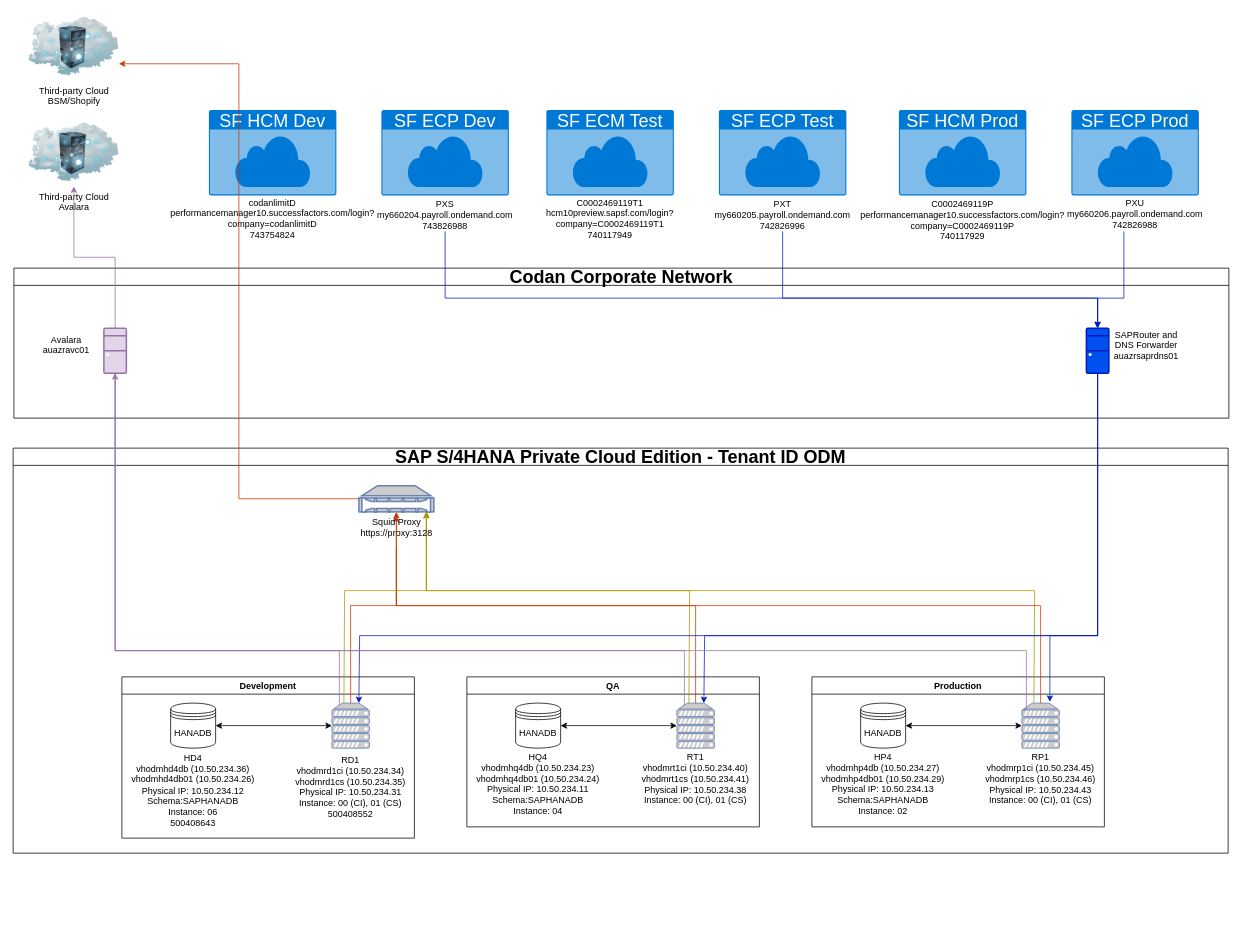
Earlier version of the draw.io diagram page "Page-2" (2 of 2) of Network Landscape.drawio (acookoz/themanmountain.github.io). Source tidied: cells renumbered, new cells numbered last; positions are measured from the earlier drawing's top-left corner, leaving out a move shared by most shapes. Both pictures are drawn from the tidied source at 75%, with x=0, y=0 at pixel (13, 13).
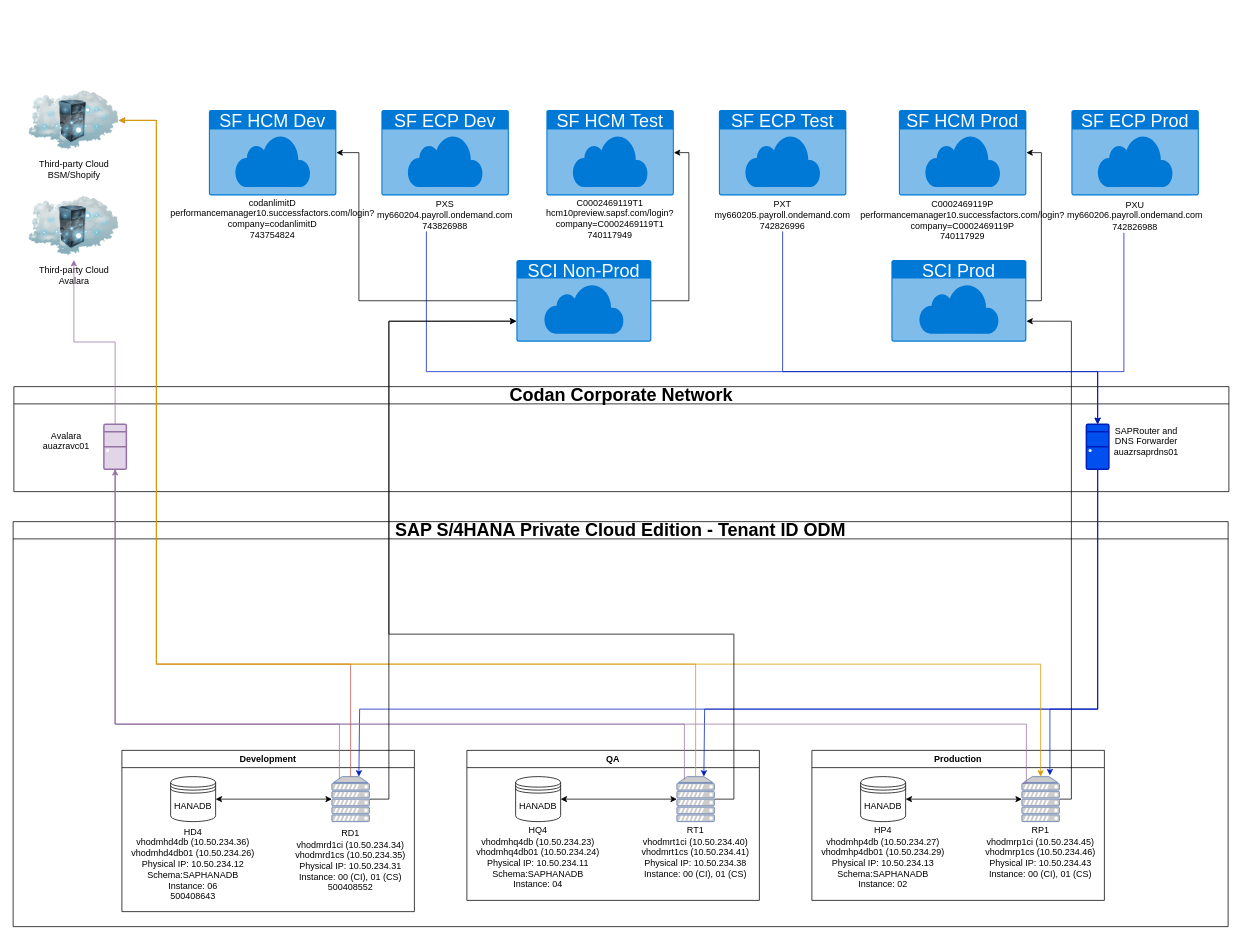
After the change.

The change refers to these unchanged cells:
```xml
<mxCell id="10" style="group;" parent="2" vertex="1">
  <mxGeometry x="345" y="340" width="210" height="125" as="geometry" />
</mxCell>
<mxCell id="11" style="fontColor=#0066CC;verticalAlign=top;verticalLabelPosition=bottom;labelPosition=center;align=center;html=1;outlineConnect=0;fillColor=#CCCCCC;strokeColor=#6881B3;gradientColor=none;gradientDirection=north;strokeWidth=2;shape=mxgraph.networks.server;" parent="10" vertex="1">
  <mxGeometry x="80" width="50" height="60" as="geometry" />
</mxCell>
<mxCell id="14" style="group;" parent="2" vertex="1">
  <mxGeometry x="595" y="305" width="420" height="200" as="geometry" />
</mxCell>
<mxCell id="21" style="fontColor=#0066CC;verticalAlign=top;verticalLabelPosition=bottom;labelPosition=center;align=center;html=1;outlineConnect=0;fillColor=#CCCCCC;strokeColor=#6881B3;gradientColor=none;gradientDirection=north;strokeWidth=2;shape=mxgraph.networks.server;" parent="14" vertex="1">
  <mxGeometry x="290" y="35" width="50" height="60" as="geometry" />
</mxCell>
<mxCell id="29" style="fontColor=#0066CC;verticalAlign=top;verticalLabelPosition=bottom;labelPosition=center;align=center;html=1;outlineConnect=0;fillColor=#CCCCCC;strokeColor=#6881B3;gradientColor=none;gradientDirection=north;strokeWidth=2;shape=mxgraph.networks.server;" parent="23" vertex="1">
  <mxGeometry x="290" y="35" width="50" height="60" as="geometry" />
</mxCell>
<mxCell id="49" value="&lt;font style=&quot;font-size: 24px;&quot;&gt;SF HCM Dev&lt;/font&gt;&lt;div&gt;&lt;font style=&quot;font-size: 24px;&quot;&gt;&lt;br&gt;&lt;/font&gt;&lt;/div&gt;" style="html=1;whiteSpace=wrap;strokeColor=none;fillColor=#0079D6;labelPosition=center;verticalLabelPosition=middle;verticalAlign=top;align=center;fontSize=12;outlineConnect=0;spacingTop=-6;fontColor=#FFFFFF;sketch=0;shape=mxgraph.sitemap.cloud;" parent="1" vertex="1">
  <mxGeometry x="261" y="129" width="170" height="114" as="geometry" />
</mxCell>
<mxCell id="53" value="&lt;font style=&quot;font-size: 24px;&quot;&gt;SF HCM Prod&lt;/font&gt;&lt;div&gt;&lt;font style=&quot;font-size: 24px;&quot;&gt;&lt;br&gt;&lt;/font&gt;&lt;/div&gt;" style="html=1;whiteSpace=wrap;strokeColor=none;fillColor=#0079D6;labelPosition=center;verticalLabelPosition=middle;verticalAlign=top;align=center;fontSize=12;outlineConnect=0;spacingTop=-6;fontColor=#FFFFFF;sketch=0;shape=mxgraph.sitemap.cloud;" parent="1" vertex="1">
  <mxGeometry x="1181" y="129" width="170" height="114" as="geometry" />
</mxCell>
<mxCell id="57" value="PXS&lt;br&gt;&lt;div&gt;my660204.payroll.ondemand.com&lt;/div&gt;&lt;div&gt;743826988&lt;/div&gt;&lt;div&gt;&lt;br&gt;&lt;/div&gt;" style="text;html=1;align=center;verticalAlign=middle;whiteSpace=wrap;rounded=0;" parent="1" vertex="1">
  <mxGeometry x="546" y="261" width="60" height="30" as="geometry" />
</mxCell>
<mxCell id="59" value="&lt;font&gt;PXT&lt;br&gt;&lt;/font&gt;&lt;div&gt;&lt;font&gt;my660205.payroll.ondemand.com&lt;/font&gt;&lt;/div&gt;&lt;div&gt;&lt;div style=&quot;&quot;&gt;&lt;span style=&quot;background-color: initial; text-wrap-mode: nowrap;&quot;&gt;&lt;font face=&quot;72, 72full, Arial, Helvetica, sans-serif&quot;&gt;742826996&lt;/font&gt;&lt;/span&gt;&lt;/div&gt;&lt;br&gt;&lt;/div&gt;" style="text;html=1;align=center;verticalAlign=middle;whiteSpace=wrap;rounded=0;" parent="1" vertex="1">
  <mxGeometry x="996" y="261" width="60" height="30" as="geometry" />
</mxCell>
```

What changed in the source:
```diff
@@
     <mxCell id="2" value="&lt;font style=&quot;font-size: 24px;&quot;&gt;SAP S/4HANA Private Cloud Edition - Tenant ID ODM&lt;/font&gt;" style="swimlane;whiteSpace=wrap;html=1;" parent="1" vertex="1">
-      <mxGeometry y="580" width="1620" height="540" as="geometry" />
+      <mxGeometry y="678" width="1620" height="540" as="geometry" />
     </mxCell>
@@
-    <mxCell id="13" style="edgeStyle=orthogonalEdgeStyle;rounded=0;jettySize=auto;html=1;fillColor=#fa6800;strokeColor=#C73500;endArrow=none;endFill=0;" parent="10" edge="1" source="11">
-      <mxGeometry relative="1" as="geometry">
-        <mxPoint x="166" y="-210" as="targetPoint" />
-        <Array as="points">
-          <mxPoint x="105" y="-130" />
-          <mxPoint x="166" y="-130" />
-          <mxPoint x="166" y="-210" />
-        </Array>
-      </mxGeometry>
-    </mxCell>
@@
-    <mxCell id="20" style="edgeStyle=orthogonalEdgeStyle;rounded=0;jettySize=auto;html=1;fillColor=#fa6800;strokeColor=#C73500;" parent="14" edge="1" source="21">
-      <mxGeometry relative="1" as="geometry">
-        <mxPoint x="-84" y="-215" as="targetPoint" />
-        <Array as="points">
-          <mxPoint x="315" y="-95" />
-          <mxPoint x="-84" y="-95" />
-          <mxPoint x="-84" y="-215" />
-        </Array>
-      </mxGeometry>
-    </mxCell>
@@
-    <mxCell id="31" style="edgeStyle=orthogonalEdgeStyle;rounded=0;jettySize=auto;html=1;endArrow=none;endFill=0;startArrow=classic;startFill=1;fillColor=#e3c800;strokeColor=#B09500;" parent="2" edge="1" source="34">
-      <mxGeometry relative="1" as="geometry">
-        <mxPoint x="441" y="340" as="targetPoint" />
-        <Array as="points">
-          <mxPoint x="551" y="190" />
-          <mxPoint x="442" y="190" />
-          <mxPoint x="442" y="340" />
-        </Array>
-      </mxGeometry>
-    </mxCell>
-    <mxCell id="32" style="edgeStyle=orthogonalEdgeStyle;rounded=0;jettySize=auto;html=1;fillColor=#e3c800;strokeColor=#B09500;endArrow=none;endFill=0;startArrow=classic;startFill=1;" parent="2" edge="1" source="34">
-      <mxGeometry relative="1" as="geometry">
-        <mxPoint x="901" y="340" as="targetPoint" />
-        <Array as="points">
-          <mxPoint x="551" y="190" />
-          <mxPoint x="902" y="190" />
-          <mxPoint x="902" y="340" />
-        </Array>
-      </mxGeometry>
-    </mxCell>
-    <mxCell id="33" style="edgeStyle=orthogonalEdgeStyle;rounded=0;jettySize=auto;html=1;endArrow=none;endFill=0;startArrow=classic;startFill=1;fillColor=#e3c800;strokeColor=#B09500;" parent="2" edge="1" source="34">
-      <mxGeometry relative="1" as="geometry">
-        <mxPoint x="1361" y="340" as="targetPoint" />
-        <Array as="points">
-          <mxPoint x="551" y="190" />
-          <mxPoint x="1362" y="190" />
-          <mxPoint x="1362" y="340" />
-        </Array>
-      </mxGeometry>
-    </mxCell>
-    <mxCell id="34" value="Squid Proxy&lt;div&gt;https://proxy:3128&lt;/div&gt;" style="fontColor=#000000;verticalAlign=top;verticalLabelPosition=bottom;labelPosition=center;align=center;html=1;outlineConnect=0;fillColor=#CCCCCC;strokeColor=#6881B3;gradientColor=none;gradientDirection=north;strokeWidth=2;shape=mxgraph.networks.nas_filer;" parent="2" vertex="1">
-      <mxGeometry x="461" y="50" width="100" height="35" as="geometry" />
-    </mxCell>
-    <mxCell id="35" style="edgeStyle=orthogonalEdgeStyle;rounded=0;jettySize=auto;html=1;fillColor=#fa6800;strokeColor=#C73500;entryX=0.5;entryY=1;entryDx=0;entryDy=0;entryPerimeter=0;" parent="2" edge="1" source="29" target="34">
-      <mxGeometry relative="1" as="geometry">
-        <Array as="points">
-          <mxPoint x="1370" y="210" />
-          <mxPoint x="511" y="210" />
-        </Array>
-      </mxGeometry>
-    </mxCell>
     <mxCell id="36" value="&lt;font style=&quot;font-size: 24px;&quot;&gt;Codan Corporate Network&lt;/font&gt;" style="swimlane;whiteSpace=wrap;html=1;" parent="1" vertex="1">
-      <mxGeometry x="1" y="340" width="1620" height="200" as="geometry" />
+      <mxGeometry x="1" y="498" width="1620" height="140" as="geometry" />
     </mxCell>
     <mxCell id="37" style="verticalAlign=top;verticalLabelPosition=bottom;labelPosition=center;align=center;html=1;outlineConnect=0;fillColor=#e1d5e7;strokeColor=#9673a6;gradientDirection=north;strokeWidth=2;shape=mxgraph.networks.desktop_pc;" parent="36" vertex="1">
-      <mxGeometry x="120" y="80" width="30" height="60" as="geometry" />
+      <mxGeometry x="120" y="50" width="30" height="60" as="geometry" />
     </mxCell>
     <mxCell id="38" value="Avalara&lt;div&gt;auazravc01&lt;br&gt;&lt;div&gt;&lt;br&gt;&lt;/div&gt;&lt;/div&gt;" style="text;html=1;align=center;verticalAlign=middle;whiteSpace=wrap;rounded=0;" parent="36" vertex="1">
-      <mxGeometry x="30" y="95" width="80" height="30" as="geometry" />
+      <mxGeometry x="30" y="65" width="80" height="30" as="geometry" />
     </mxCell>
-    <mxCell id="39" style="edgeStyle=orthogonalEdgeStyle;rounded=0;jettySize=auto;html=1;exitX=0;exitY=0.5;exitDx=0;exitDy=0;exitPerimeter=0;fillColor=#0050ef;strokeColor=#001DBC;" parent="36" edge="1" source="41">
+    <mxCell id="39" style="edgeStyle=orthogonalEdgeStyle;rounded=0;jettySize=auto;html=1;exitX=0.5;exitY=1;exitDx=0;exitDy=0;exitPerimeter=0;fillColor=#0050ef;strokeColor=#001DBC;" parent="36" edge="1" source="41">
       <mxGeometry relative="1" as="geometry">
-        <mxPoint x="920" y="580" as="targetPoint" />
+        <mxPoint x="920" y="520" as="targetPoint" />
         <Array as="points">
-          <mxPoint x="1445" y="110" />
-          <mxPoint x="1445" y="490" />
-          <mxPoint x="921" y="490" />
-          <mxPoint x="921" y="580" />
+          <mxPoint x="1445" y="430" />
+          <mxPoint x="921" y="430" />
+          <mxPoint x="921" y="520" />
         </Array>
       </mxGeometry>
     </mxCell>
-    <mxCell id="40" style="edgeStyle=orthogonalEdgeStyle;rounded=0;jettySize=auto;html=1;fillColor=#0050ef;strokeColor=#001DBC;" parent="36" edge="1" source="41">
+    <mxCell id="40" style="edgeStyle=orthogonalEdgeStyle;rounded=0;orthogonalLoop=1;jettySize=auto;html=1;fillColor=#0050ef;strokeColor=#001DBC;" parent="36" edge="1">
       <mxGeometry relative="1" as="geometry">
-        <mxPoint x="460" y="580" as="targetPoint" />
+        <mxPoint x="1445.1" y="50" as="sourcePoint" />
+        <mxPoint x="460" y="520" as="targetPoint" />
         <Array as="points">
-          <mxPoint x="1445" y="490" />
-          <mxPoint x="461" y="490" />
-          <mxPoint x="461" y="580" />
+          <mxPoint x="1445" y="430" />
+          <mxPoint x="461" y="430" />
+          <mxPoint x="461" y="520" />
         </Array>
       </mxGeometry>
     </mxCell>
     <mxCell id="41" style="fontColor=#ffffff;verticalAlign=top;verticalLabelPosition=bottom;labelPosition=center;align=center;html=1;outlineConnect=0;fillColor=#0050ef;strokeColor=#001DBC;gradientDirection=north;strokeWidth=2;shape=mxgraph.networks.desktop_pc;" parent="36" vertex="1">
-      <mxGeometry x="1430" y="80" width="30" height="60" as="geometry" />
+      <mxGeometry x="1430" y="50" width="30" height="60" as="geometry" />
     </mxCell>
     <mxCell id="42" value="SAPRouter and DNS Forwarder&lt;div&gt;auazrsaprdns01&lt;br&gt;&lt;div&gt;&lt;br&gt;&lt;/div&gt;&lt;/div&gt;" style="text;html=1;align=center;verticalAlign=middle;whiteSpace=wrap;rounded=0;" parent="36" vertex="1">
-      <mxGeometry x="1470" y="95" width="80" height="30" as="geometry" />
+      <mxGeometry x="1470" y="65" width="80" height="30" as="geometry" />
     </mxCell>
     <mxCell id="43" style="edgeStyle=orthogonalEdgeStyle;rounded=0;jettySize=auto;html=1;exitX=0.5;exitY=1;exitDx=0;exitDy=0;exitPerimeter=0;fillColor=#e1d5e7;strokeColor=#9673a6;endArrow=none;endFill=0;entryX=0;entryY=0.15;entryDx=0;entryDy=0;entryPerimeter=0;" parent="1" edge="1" source="37" target="29">
       <mxGeometry relative="1" as="geometry">
         <Array as="points">
-          <mxPoint x="136" y="850" />
-          <mxPoint x="1351" y="850" />
-          <mxPoint x="1351" y="929" />
+          <mxPoint x="136" y="948" />
+          <mxPoint x="1351" y="948" />
+          <mxPoint x="1351" y="1027" />
         </Array>
       </mxGeometry>
     </mxCell>
     <mxCell id="44" value="Third-party Cloud&lt;br&gt;Avalara" style="image;html=1;image=img/lib/clip_art/networking/Cloud_Rack_128x128.png;" parent="1" vertex="1">
-      <mxGeometry x="21" y="141" width="120" height="90" as="geometry" />
+      <mxGeometry x="21" y="239" width="120" height="90" as="geometry" />
     </mxCell>
@@
     <mxCell id="46" style="edgeStyle=orthogonalEdgeStyle;rounded=0;jettySize=auto;html=1;entryX=0.2;entryY=0.061;entryDx=0;entryDy=0;entryPerimeter=0;fillColor=#e1d5e7;strokeColor=#9673a6;endArrow=none;endFill=0;" parent="1" edge="1" source="37" target="21">
       <mxGeometry relative="1" as="geometry">
         <Array as="points">
-          <mxPoint x="136" y="850" />
-          <mxPoint x="895" y="850" />
+          <mxPoint x="136" y="948" />
+          <mxPoint x="895" y="948" />
         </Array>
       </mxGeometry>
     </mxCell>
     <mxCell id="47" style="edgeStyle=orthogonalEdgeStyle;rounded=0;jettySize=auto;html=1;entryX=0.2;entryY=0.039;entryDx=0;entryDy=0;entryPerimeter=0;fillColor=#e1d5e7;strokeColor=#9673a6;startArrow=classic;startFill=1;endArrow=none;endFill=0;" parent="1" edge="1" source="37" target="11">
       <mxGeometry relative="1" as="geometry">
         <Array as="points">
-          <mxPoint x="136" y="850" />
-          <mxPoint x="435" y="850" />
+          <mxPoint x="136" y="948" />
+          <mxPoint x="435" y="948" />
         </Array>
       </mxGeometry>
     </mxCell>
     <mxCell id="48" style="edgeStyle=orthogonalEdgeStyle;rounded=0;jettySize=auto;html=1;entryX=0.747;entryY=-0.028;entryDx=0;entryDy=0;entryPerimeter=0;fillColor=#0050ef;strokeColor=#001DBC;" parent="1" edge="1" source="41" target="29">
       <mxGeometry relative="1" as="geometry">
         <Array as="points">
-          <mxPoint x="1446" y="830" />
-          <mxPoint x="1382" y="830" />
+          <mxPoint x="1446" y="928" />
+          <mxPoint x="1382" y="928" />
         </Array>
       </mxGeometry>
     </mxCell>
@@
-    <mxCell id="51" value="&lt;font style=&quot;font-size: 24px;&quot;&gt;SF ECM Test&lt;/font&gt;&lt;div&gt;&lt;font style=&quot;font-size: 24px;&quot;&gt;&lt;br&gt;&lt;/font&gt;&lt;/div&gt;" style="html=1;whiteSpace=wrap;strokeColor=none;fillColor=#0079D6;labelPosition=center;verticalLabelPosition=middle;verticalAlign=top;align=center;fontSize=12;outlineConnect=0;spacingTop=-6;fontColor=#FFFFFF;sketch=0;shape=mxgraph.sitemap.cloud;" parent="1" vertex="1">
+    <mxCell id="51" value="&lt;font style=&quot;font-size: 24px;&quot;&gt;SF HCM Test&lt;/font&gt;&lt;div&gt;&lt;font style=&quot;font-size: 24px;&quot;&gt;&lt;br&gt;&lt;/font&gt;&lt;/div&gt;" style="html=1;whiteSpace=wrap;strokeColor=none;fillColor=#0079D6;labelPosition=center;verticalLabelPosition=middle;verticalAlign=top;align=center;fontSize=12;outlineConnect=0;spacingTop=-6;fontColor=#FFFFFF;sketch=0;shape=mxgraph.sitemap.cloud;" parent="1" vertex="1">
       <mxGeometry x="711" y="129" width="170" height="114" as="geometry" />
     </mxCell>
@@
     <mxCell id="56" style="edgeStyle=orthogonalEdgeStyle;rounded=0;jettySize=auto;html=1;fillColor=#0050ef;strokeColor=#001DBC;" parent="1" edge="1" source="57" target="41">
       <mxGeometry relative="1" as="geometry">
         <Array as="points">
-          <mxPoint x="576" y="380" />
-          <mxPoint x="1446" y="380" />
+          <mxPoint x="551" y="478" />
+          <mxPoint x="1446" y="478" />
         </Array>
       </mxGeometry>
     </mxCell>
@@
     <mxCell id="60" value="&lt;font&gt;PXU&lt;br&gt;&lt;/font&gt;&lt;div&gt;&lt;font&gt;my660206.payroll.ondemand.com&lt;/font&gt;&lt;/div&gt;&lt;div&gt;&lt;div style=&quot;&quot;&gt;&lt;span style=&quot;background-color: initial; text-wrap-mode: nowrap;&quot;&gt;&lt;font face=&quot;72, 72full, Arial, Helvetica, sans-serif&quot;&gt;742826988&lt;/font&gt;&lt;/span&gt;&lt;/div&gt;&lt;br&gt;&lt;/div&gt;" style="text;html=1;align=center;verticalAlign=middle;whiteSpace=wrap;rounded=0;" parent="1" vertex="1">
-      <mxGeometry x="1466" y="259" width="60" height="32" as="geometry" />
+      <mxGeometry x="1466" y="261" width="60" height="32" as="geometry" />
     </mxCell>
@@
+    <mxCell id="66" style="edgeStyle=orthogonalEdgeStyle;rounded=0;jettySize=auto;html=1;fillColor=#f8cecc;strokeColor=#b85450;endArrow=none;endFill=0;startArrow=classic;startFill=1;" parent="1" edge="1" source="62" target="11">
+      <mxGeometry relative="1" as="geometry">
+        <Array as="points">
+          <mxPoint x="191" y="143" />
+          <mxPoint x="191" y="868" />
+          <mxPoint x="450" y="868" />
+        </Array>
+      </mxGeometry>
+    </mxCell>
+    <mxCell id="67" style="edgeStyle=orthogonalEdgeStyle;rounded=0;jettySize=auto;html=1;endArrow=none;endFill=0;startArrow=classic;startFill=1;fillColor=#ffe6cc;strokeColor=#d79b00;" parent="1" edge="1" source="62" target="21">
+      <mxGeometry relative="1" as="geometry">
+        <Array as="points">
+          <mxPoint x="191" y="143" />
+          <mxPoint x="191" y="868" />
+          <mxPoint x="910" y="868" />
+        </Array>
+      </mxGeometry>
+    </mxCell>
+    <mxCell id="68" style="edgeStyle=orthogonalEdgeStyle;rounded=0;jettySize=auto;html=1;fillColor=#ffe6cc;strokeColor=#d79b00;" parent="1" edge="1" source="62" target="29">
+      <mxGeometry relative="1" as="geometry">
+        <Array as="points">
+          <mxPoint x="191" y="143" />
+          <mxPoint x="191" y="868" />
+          <mxPoint x="1370" y="868" />
+        </Array>
+      </mxGeometry>
+    </mxCell>
     <mxCell id="62" value="Third-party Cloud&lt;br&gt;BSM/Shopify" style="image;html=1;image=img/lib/clip_art/networking/Cloud_Rack_128x128.png;" parent="1" vertex="1">
-      <mxGeometry x="21" width="120" height="90" as="geometry" />
+      <mxGeometry x="21" y="98" width="120" height="90" as="geometry" />
     </mxCell>
     <mxCell id="63" style="edgeStyle=orthogonalEdgeStyle;rounded=0;jettySize=auto;html=1;entryX=0.5;entryY=0;entryDx=0;entryDy=0;entryPerimeter=0;fillColor=#0050ef;strokeColor=#001DBC;" parent="1" edge="1" source="60" target="41">
       <mxGeometry relative="1" as="geometry">
         <Array as="points">
-          <mxPoint x="1481" y="380" />
-          <mxPoint x="1446" y="380" />
+          <mxPoint x="1481" y="478" />
+          <mxPoint x="1446" y="478" />
         </Array>
       </mxGeometry>
     </mxCell>
     <mxCell id="64" style="edgeStyle=orthogonalEdgeStyle;rounded=0;jettySize=auto;html=1;entryX=0.5;entryY=0;entryDx=0;entryDy=0;entryPerimeter=0;fillColor=#0050ef;strokeColor=#001DBC;" parent="1" edge="1" source="59" target="41">
       <mxGeometry relative="1" as="geometry">
         <Array as="points">
-          <mxPoint x="1026" y="380" />
-          <mxPoint x="1446" y="380" />
+          <mxPoint x="1026" y="478" />
+          <mxPoint x="1446" y="478" />
         </Array>
       </mxGeometry>
     </mxCell>
-    <mxCell id="65" style="edgeStyle=orthogonalEdgeStyle;rounded=0;jettySize=auto;html=1;entryX=1;entryY=0.75;entryDx=0;entryDy=0;fillColor=#fa6800;strokeColor=#C73500;" parent="1" edge="1" source="34" target="62">
-      <mxGeometry relative="1" as="geometry" />
-    </mxCell>
+    <mxCell id="69" value="&lt;font style=&quot;font-size: 24px;&quot;&gt;SCI Non-Prod&lt;/font&gt;" style="html=1;whiteSpace=wrap;strokeColor=none;fillColor=#0079D6;labelPosition=center;verticalLabelPosition=middle;verticalAlign=top;align=center;fontSize=12;outlineConnect=0;spacingTop=-6;fontColor=#FFFFFF;sketch=0;shape=mxgraph.sitemap.cloud;" parent="1" vertex="1">
+      <mxGeometry x="671" y="329" width="180" height="109" as="geometry" />
+    </mxCell>
+    <mxCell id="70" value="&lt;font style=&quot;font-size: 24px;&quot;&gt;SCI Prod&lt;/font&gt;" style="html=1;whiteSpace=wrap;strokeColor=none;fillColor=#0079D6;labelPosition=center;verticalLabelPosition=middle;verticalAlign=top;align=center;fontSize=12;outlineConnect=0;spacingTop=-6;fontColor=#FFFFFF;sketch=0;shape=mxgraph.sitemap.cloud;" parent="1" vertex="1">
+      <mxGeometry x="1171" y="329" width="180" height="109" as="geometry" />
+    </mxCell>
+    <mxCell id="71" style="edgeStyle=orthogonalEdgeStyle;rounded=0;jettySize=auto;html=1;entryX=0;entryY=0.75;entryDx=0;entryDy=0;entryPerimeter=0;" parent="1" edge="1" source="11" target="69">
+      <mxGeometry relative="1" as="geometry">
+        <Array as="points">
+          <mxPoint x="501" y="1048" />
+          <mxPoint x="501" y="411" />
+        </Array>
+      </mxGeometry>
+    </mxCell>
+    <mxCell id="72" style="edgeStyle=orthogonalEdgeStyle;rounded=0;jettySize=auto;html=1;entryX=1;entryY=0.5;entryDx=0;entryDy=0;entryPerimeter=0;" parent="1" edge="1" source="69" target="49">
+      <mxGeometry relative="1" as="geometry">
+        <Array as="points">
+          <mxPoint x="461" y="384" />
+          <mxPoint x="461" y="186" />
+        </Array>
+      </mxGeometry>
+    </mxCell>
+    <mxCell id="73" style="edgeStyle=orthogonalEdgeStyle;rounded=0;jettySize=auto;html=1;entryX=1;entryY=0.5;entryDx=0;entryDy=0;entryPerimeter=0;exitX=1;exitY=0.5;exitDx=0;exitDy=0;exitPerimeter=0;" parent="1" edge="1" source="69" target="51">
+      <mxGeometry relative="1" as="geometry" />
+    </mxCell>
+    <mxCell id="74" style="edgeStyle=orthogonalEdgeStyle;rounded=0;jettySize=auto;html=1;entryX=0;entryY=0.75;entryDx=0;entryDy=0;entryPerimeter=0;exitX=1;exitY=0.5;exitDx=0;exitDy=0;exitPerimeter=0;" parent="1" edge="1" source="21" target="69">
+      <mxGeometry relative="1" as="geometry">
+        <Array as="points">
+          <mxPoint x="961" y="1048" />
+          <mxPoint x="961" y="828" />
+          <mxPoint x="501" y="828" />
+          <mxPoint x="501" y="411" />
+        </Array>
+      </mxGeometry>
+    </mxCell>
+    <mxCell id="75" style="edgeStyle=orthogonalEdgeStyle;rounded=0;jettySize=auto;html=1;entryX=1;entryY=0.75;entryDx=0;entryDy=0;entryPerimeter=0;" parent="1" edge="1" source="29" target="70">
+      <mxGeometry relative="1" as="geometry">
+        <Array as="points">
+          <mxPoint x="1411" y="1048" />
+          <mxPoint x="1411" y="411" />
+        </Array>
+      </mxGeometry>
+    </mxCell>
+    <mxCell id="76" style="edgeStyle=orthogonalEdgeStyle;rounded=0;jettySize=auto;html=1;entryX=1;entryY=0.5;entryDx=0;entryDy=0;entryPerimeter=0;" parent="1" edge="1" source="70" target="53">
+      <mxGeometry relative="1" as="geometry">
+        <Array as="points">
+          <mxPoint x="1371" y="384" />
+          <mxPoint x="1371" y="186" />
+        </Array>
+      </mxGeometry>
+    </mxCell>
```
